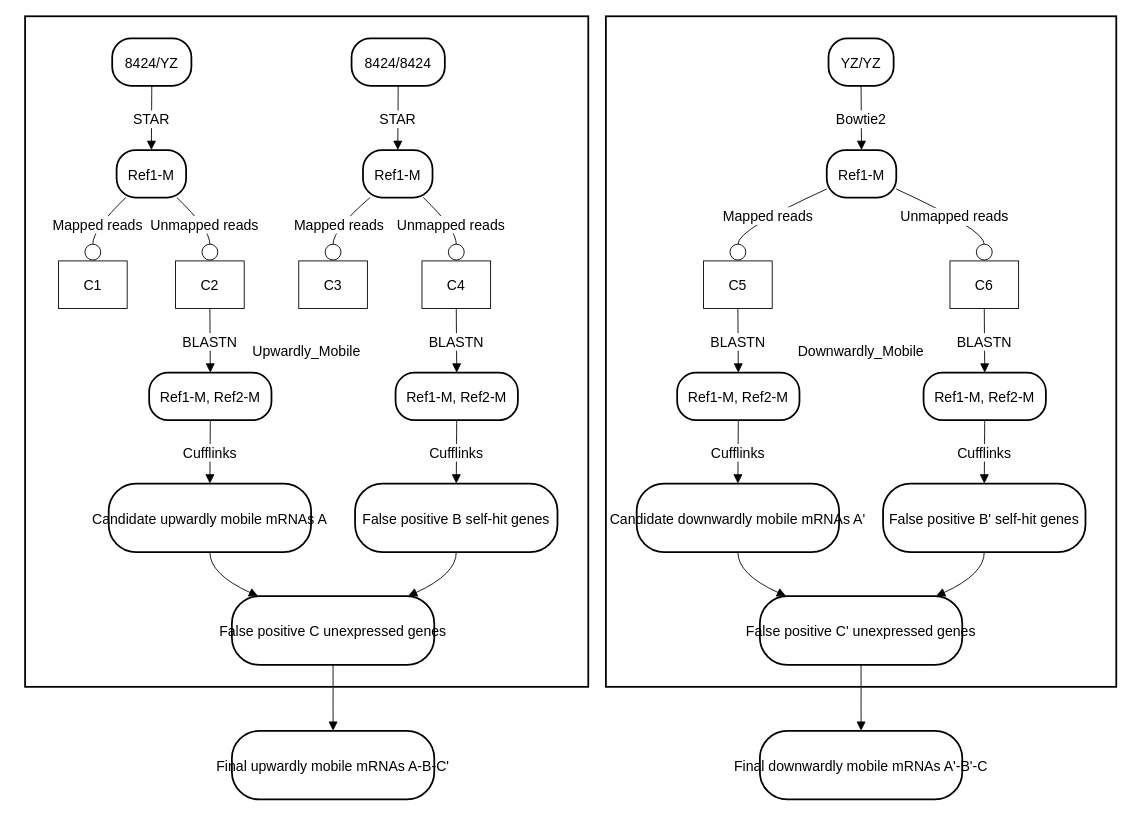
The draw.io diagram page "第 17 页" (16 of 16) of 未命名绘图.drawio in hjanime/101, before the edit. Source tidied: cells renumbered, new cells numbered last; positions are measured from the earlier drawing's top-left corner, leaving out a move shared by most shapes. Both pictures are drawn from the tidied source at 88%, with x=0, y=0 at pixel (25, 16).
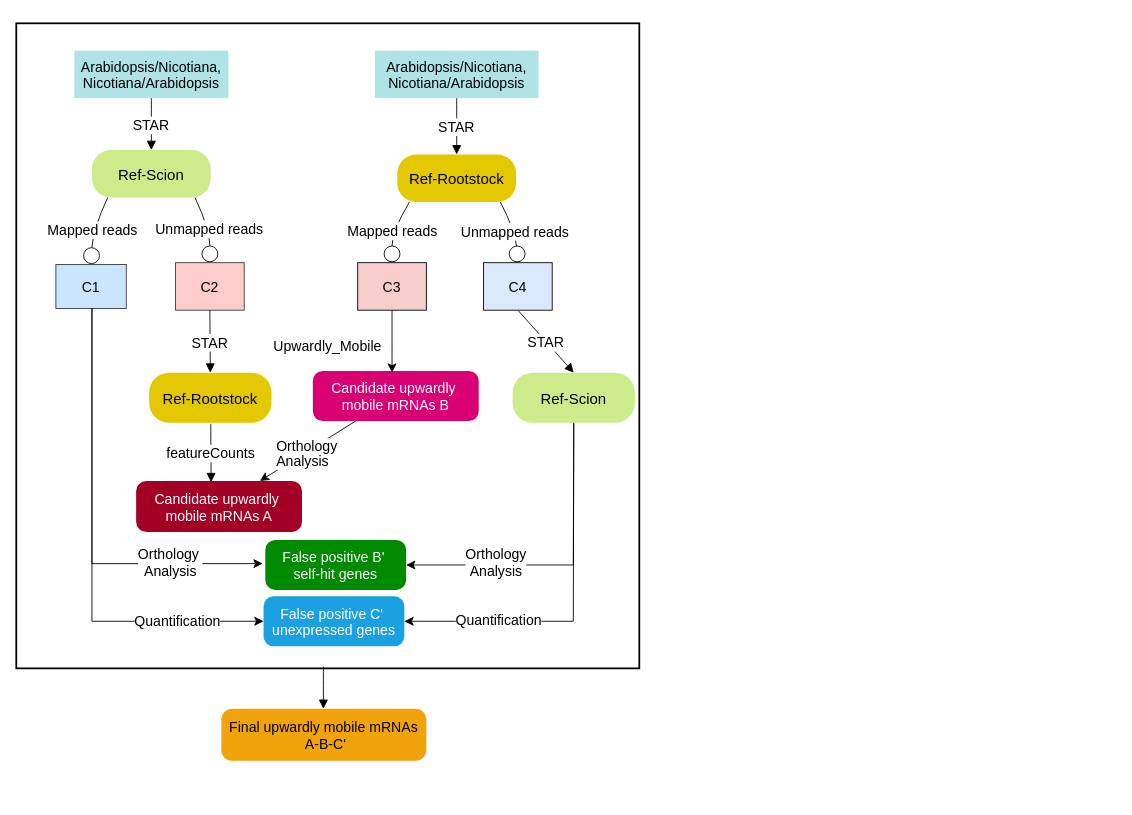
The same page after the edit.

Commit message (it also covers changes not shown here):
更新未命名绘图.drawio

What changed in the source:
```diff
@@
-    <mxCell id="2" value="Downwardly_Mobile" style="whiteSpace=wrap;strokeWidth=2;fontSize=16;" parent="1" vertex="1">
-      <mxGeometry x="660" width="580" height="762" as="geometry" />
-    </mxCell>
     <mxCell id="3" value="Upwardly_Mobile" style="whiteSpace=wrap;strokeWidth=2;fontSize=16;" parent="1" vertex="1">
-      <mxGeometry width="640" height="762" as="geometry" />
+      <mxGeometry x="-10" y="8" width="708" height="733" as="geometry" />
     </mxCell>
-    <mxCell id="4" value="8424/YZ" style="rounded=1;arcSize=40;strokeWidth=2;fontSize=16;" parent="1" vertex="1">
-      <mxGeometry x="99" y="25" width="90" height="54" as="geometry" />
+    <mxCell id="4" value="Arabidopsis/Nicotiana,&#10;Nicotiana/Arabidopsis" style="rounded=0;arcSize=40;strokeWidth=2;fontSize=16;glass=0;fillColor=#b0e3e6;strokeColor=none;" parent="1" vertex="1">
+      <mxGeometry x="56" y="39" width="175" height="54" as="geometry" />
     </mxCell>
-    <mxCell id="5" value="Ref1-M" style="rounded=1;arcSize=40;strokeWidth=2;fontSize=16;" parent="1" vertex="1">
-      <mxGeometry x="104" y="152" width="79" height="54" as="geometry" />
+    <mxCell id="5" value="Ref-Scion" style="rounded=1;arcSize=40;strokeWidth=2;fontSize=17;fillColor=#cdeb8b;strokeColor=none;" parent="1" vertex="1">
+      <mxGeometry x="76" y="152" width="135" height="54" as="geometry" />
     </mxCell>
-    <mxCell id="6" value="8424/8424" style="rounded=1;arcSize=40;strokeWidth=2;fontSize=16;" parent="1" vertex="1">
-      <mxGeometry x="371" y="25" width="106" height="54" as="geometry" />
+    <mxCell id="6" value="Arabidopsis/Nicotiana,&#10;Nicotiana/Arabidopsis" style="rounded=0;arcSize=40;strokeWidth=2;fontSize=16;fillColor=#b0e3e6;strokeColor=none;" parent="1" vertex="1">
+      <mxGeometry x="397.5" y="39" width="186" height="54" as="geometry" />
     </mxCell>
-    <mxCell id="7" value="Ref1-M" style="rounded=1;arcSize=40;strokeWidth=2;fontSize=16;" parent="1" vertex="1">
-      <mxGeometry x="384" y="152" width="79" height="54" as="geometry" />
+    <mxCell id="7" value="Ref-Rootstock" style="rounded=1;arcSize=40;strokeWidth=2;fontSize=17;fillColor=#e3c800;fontColor=#000000;strokeColor=none;" parent="1" vertex="1">
+      <mxGeometry x="423" y="157" width="135" height="54" as="geometry" />
     </mxCell>
-    <mxCell id="8" value="C1" style="fontSize=16;" parent="1" vertex="1">
-      <mxGeometry x="38" y="278" width="78" height="54" as="geometry" />
+    <mxCell id="8" value="C1" style="fontSize=16;fillColor=#cce5ff;strokeColor=#36393d;" parent="1" vertex="1">
+      <mxGeometry x="35" y="282" width="80" height="50" as="geometry" />
     </mxCell>
-    <mxCell id="9" value="C2" style="fontSize=16;" parent="1" vertex="1">
-      <mxGeometry x="171" y="278" width="78" height="54" as="geometry" />
+    <mxCell id="9" value="C2" style="fontSize=16;fillColor=#ffcccc;strokeColor=#36393d;" parent="1" vertex="1">
+      <mxGeometry x="171" y="280" width="78" height="54" as="geometry" />
     </mxCell>
+    <mxCell id="51" style="edgeStyle=none;curved=1;rounded=0;jettySize=auto;html=1;fontSize=12;startSize=8;endSize=8;" parent="1" edge="1" source="10">
+      <mxGeometry relative="1" as="geometry">
+        <mxPoint x="417" y="405" as="targetPoint" />
+      </mxGeometry>
+    </mxCell>
-    <mxCell id="10" value="C3" style="fontSize=16;" parent="1" vertex="1">
-      <mxGeometry x="311" y="278" width="78" height="54" as="geometry" />
+    <mxCell id="10" value="C3" style="fontSize=16;fillColor=#f8cecc;strokeColor=#000000;" parent="1" vertex="1">
+      <mxGeometry x="378" y="280" width="78" height="54" as="geometry" />
     </mxCell>
-    <mxCell id="11" value="C4" style="fontSize=16;" parent="1" vertex="1">
-      <mxGeometry x="451" y="278" width="78" height="54" as="geometry" />
+    <mxCell id="11" value="C4" style="fontSize=16;fillColor=#dae8fc;strokeColor=#000000;" parent="1" vertex="1">
+      <mxGeometry x="521" y="280" width="78" height="54" as="geometry" />
     </mxCell>
-    <mxCell id="12" value="Ref1-M, Ref2-M" style="rounded=1;arcSize=40;strokeWidth=2;fontSize=16;" parent="1" vertex="1">
-      <mxGeometry x="141" y="405" width="139" height="54" as="geometry" />
+    <mxCell id="12" value="Ref-Rootstock" style="rounded=1;arcSize=40;strokeWidth=2;fontSize=17;fillColor=#e3c800;fontColor=#000000;strokeColor=none;" parent="1" vertex="1">
+      <mxGeometry x="141" y="405" width="139" height="57" as="geometry" />
     </mxCell>
-    <mxCell id="13" value="Ref1-M, Ref2-M" style="rounded=1;arcSize=40;strokeWidth=2;fontSize=16;" parent="1" vertex="1">
-      <mxGeometry x="421" y="405" width="139" height="54" as="geometry" />
+    <mxCell id="13" value="Ref-Scion" style="rounded=1;arcSize=40;strokeWidth=2;fontSize=17;fillColor=#cdeb8b;strokeColor=none;" parent="1" vertex="1">
+      <mxGeometry x="554" y="405" width="139" height="57" as="geometry" />
     </mxCell>
+    <mxCell id="52" style="edgeStyle=none;curved=1;rounded=0;jettySize=auto;html=1;fontSize=12;startSize=8;endSize=8;" parent="1" edge="1" source="14" target="54">
+      <mxGeometry relative="1" as="geometry" />
+    </mxCell>
+    <mxCell id="53" value="&lt;p class=&quot;p1&quot; style=&quot;margin: 0px; font-variant-numeric: normal; font-variant-east-asian: normal; font-variant-alternates: normal; font-size-adjust: none; font-kerning: auto; font-optical-sizing: auto; font-feature-settings: normal; font-variation-settings: normal; font-variant-position: normal; font-variant-emoji: normal; font-stretch: normal; line-height: normal; text-align: start; text-wrap-mode: wrap;&quot;&gt;&lt;span&gt;Orthology Analysis&lt;/span&gt;&lt;/p&gt;" style="edgeLabel;html=1;align=center;verticalAlign=middle;fontSize=16;fontFamily=Helvetica;fontStyle=0;" parent="52" vertex="1">
+      <mxGeometry x="0.05" y="1" relative="1" as="geometry" />
+    </mxCell>
-    <mxCell id="14" value="Candidate upwardly mobile mRNAs A" style="rounded=1;arcSize=40;strokeWidth=2;fontSize=16;" parent="1" vertex="1">
-      <mxGeometry x="95" y="531" width="230" height="78" as="geometry" />
+    <mxCell id="14" value="Candidate upwardly &#10;mobile mRNAs B" style="rounded=1;arcSize=20;strokeWidth=2;fontSize=16;fillColor=#d80073;strokeColor=none;fontColor=#ffffff;" parent="1" vertex="1">
+      <mxGeometry x="327" y="403" width="188.5" height="57" as="geometry" />
     </mxCell>
-    <mxCell id="15" value="False positive B self-hit genes" style="rounded=1;arcSize=40;strokeWidth=2;fontSize=16;" parent="1" vertex="1">
-      <mxGeometry x="375" y="531" width="230" height="78" as="geometry" />
-    </mxCell>
-    <mxCell id="16" value="False positive C unexpressed genes" style="rounded=1;arcSize=40;strokeWidth=2;fontSize=16;" parent="1" vertex="1">
-      <mxGeometry x="235" y="659" width="230" height="78" as="geometry" />
-    </mxCell>
-    <mxCell id="17" value="YZ/YZ" style="rounded=1;arcSize=40;strokeWidth=2;fontSize=16;" parent="1" vertex="1">
-      <mxGeometry x="913" y="25" width="74" height="54" as="geometry" />
-    </mxCell>
-    <mxCell id="18" value="Ref1-M" style="rounded=1;arcSize=40;strokeWidth=2;fontSize=16;" parent="1" vertex="1">
-      <mxGeometry x="911" y="152" width="79" height="54" as="geometry" />
-    </mxCell>
-    <mxCell id="19" value="C5" style="fontSize=16;" parent="1" vertex="1">
-      <mxGeometry x="771" y="278" width="78" height="54" as="geometry" />
-    </mxCell>
-    <mxCell id="20" value="C6" style="fontSize=16;" parent="1" vertex="1">
-      <mxGeometry x="1051" y="278" width="78" height="54" as="geometry" />
-    </mxCell>
-    <mxCell id="21" value="Ref1-M, Ref2-M" style="rounded=1;arcSize=40;strokeWidth=2;fontSize=16;" parent="1" vertex="1">
-      <mxGeometry x="741" y="405" width="139" height="54" as="geometry" />
-    </mxCell>
-    <mxCell id="22" value="Ref1-M, Ref2-M" style="rounded=1;arcSize=40;strokeWidth=2;fontSize=16;" parent="1" vertex="1">
-      <mxGeometry x="1021" y="405" width="139" height="54" as="geometry" />
-    </mxCell>
-    <mxCell id="23" value="Candidate downwardly mobile mRNAs A'" style="rounded=1;arcSize=40;strokeWidth=2;fontSize=16;" parent="1" vertex="1">
-      <mxGeometry x="695" y="531" width="230" height="78" as="geometry" />
-    </mxCell>
-    <mxCell id="24" value="False positive B' self-hit genes" style="rounded=1;arcSize=40;strokeWidth=2;fontSize=16;" parent="1" vertex="1">
-      <mxGeometry x="975" y="531" width="230" height="78" as="geometry" />
-    </mxCell>
-    <mxCell id="25" value="False positive C' unexpressed genes" style="rounded=1;arcSize=40;strokeWidth=2;fontSize=16;" parent="1" vertex="1">
-      <mxGeometry x="835" y="659" width="230" height="78" as="geometry" />
-    </mxCell>
-    <mxCell id="26" value="Final upwardly mobile mRNAs A-B-C'" style="rounded=1;arcSize=40;strokeWidth=2;fontSize=16;" parent="1" vertex="1">
-      <mxGeometry x="235" y="812" width="230" height="78" as="geometry" />
+    <mxCell id="26" value="Final upwardly mobile mRNAs&#10; A-B-C'" style="rounded=1;arcSize=20;strokeWidth=2;fontSize=16;align=center;verticalAlign=middle;fontFamily=Helvetica;fontColor=#000000;fillColor=#f0a30a;strokeColor=none;" parent="1" vertex="1">
+      <mxGeometry x="223" y="787" width="233" height="59" as="geometry" />
     </mxCell>
-    <mxCell id="27" value="Final downwardly mobile mRNAs A'-B'-C" style="rounded=1;arcSize=40;strokeWidth=2;fontSize=16;" parent="1" vertex="1">
-      <mxGeometry x="835" y="812" width="230" height="78" as="geometry" />
-    </mxCell>
@@
     <mxCell id="32" value="Mapped reads" style="curved=1;startArrow=none;endArrow=circle;endFill=0;exitX=0.11;exitY=0.99;entryX=0.5;entryY=0;rounded=0;fontSize=16;startSize=8;endSize=8;" parent="1" edge="1" source="7" target="10">
       <mxGeometry relative="1" as="geometry">
         <Array as="points">
-          <mxPoint x="350" y="242" />
+          <mxPoint x="417" y="244" />
         </Array>
       </mxGeometry>
     </mxCell>
     <mxCell id="33" value="Unmapped reads" style="curved=1;startArrow=none;endArrow=circle;endFill=0;exitX=0.86;exitY=0.99;entryX=0.5;entryY=0;rounded=0;fontSize=16;startSize=8;endSize=8;" parent="1" edge="1" source="7" target="11">
       <mxGeometry relative="1" as="geometry">
         <Array as="points">
-          <mxPoint x="490" y="242" />
+          <mxPoint x="557" y="244" />
         </Array>
       </mxGeometry>
     </mxCell>
-    <mxCell id="34" value="BLASTN" style="curved=1;startArrow=none;endArrow=block;exitX=0.5;exitY=1;entryX=0.5;entryY=-0.01;rounded=0;fontSize=16;startSize=8;endSize=8;" parent="1" edge="1" source="9" target="12">
+    <mxCell id="34" value="STAR" style="curved=1;startArrow=none;endArrow=block;exitX=0.5;exitY=1;entryX=0.5;entryY=-0.01;rounded=0;fontSize=16;startSize=8;endSize=8;" parent="1" edge="1" source="9" target="12">
       <mxGeometry relative="1" as="geometry" />
     </mxCell>
-    <mxCell id="35" value="BLASTN" style="curved=1;startArrow=none;endArrow=block;exitX=0.5;exitY=1;entryX=0.5;entryY=-0.01;rounded=0;fontSize=16;startSize=8;endSize=8;" parent="1" edge="1" source="11" target="13">
+    <mxCell id="35" value="STAR" style="curved=1;startArrow=none;endArrow=block;exitX=0.5;exitY=1;entryX=0.5;entryY=-0.01;rounded=0;fontSize=16;startSize=8;endSize=8;" parent="1" edge="1" source="11" target="13">
       <mxGeometry relative="1" as="geometry" />
     </mxCell>
-    <mxCell id="36" value="Cufflinks" style="curved=1;startArrow=none;endArrow=block;exitX=0.5;exitY=0.99;entryX=0.5;entryY=0;rounded=0;fontSize=16;startSize=8;endSize=8;" parent="1" edge="1" source="12" target="14">
-      <mxGeometry relative="1" as="geometry" />
+    <mxCell id="36" value="featureCounts" style="curved=1;startArrow=none;endArrow=block;rounded=0;fontSize=16;startSize=8;endSize=8;entryX=0.452;entryY=0.026;entryDx=0;entryDy=0;entryPerimeter=0;" parent="1" edge="1" target="54">
+      <mxGeometry relative="1" as="geometry">
+        <mxPoint x="211" y="463" as="sourcePoint" />
+      </mxGeometry>
     </mxCell>
-    <mxCell id="37" value="Cufflinks" style="curved=1;startArrow=none;endArrow=block;exitX=0.5;exitY=0.99;entryX=0.5;entryY=0;rounded=0;fontSize=16;startSize=8;endSize=8;" parent="1" edge="1" source="13" target="15">
-      <mxGeometry relative="1" as="geometry" />
-    </mxCell>
-    <mxCell id="38" style="curved=1;startArrow=none;endArrow=block;exitX=0.5;exitY=1;entryX=0.13;entryY=0;rounded=0;fontSize=16;startSize=8;endSize=8;" parent="1" edge="1" source="14" target="16">
-      <mxGeometry relative="1" as="geometry">
-        <Array as="points">
-          <mxPoint x="210" y="634" />
-        </Array>
-      </mxGeometry>
-    </mxCell>
-    <mxCell id="39" style="curved=1;startArrow=none;endArrow=block;exitX=0.5;exitY=1;entryX=0.87;entryY=0;rounded=0;fontSize=16;startSize=8;endSize=8;" parent="1" edge="1" source="15" target="16">
-      <mxGeometry relative="1" as="geometry">
-        <Array as="points">
-          <mxPoint x="490" y="634" />
-        </Array>
-      </mxGeometry>
-    </mxCell>
-    <mxCell id="40" value="Bowtie2" style="curved=1;startArrow=none;endArrow=block;exitX=0.5;exitY=1;entryX=0.5;entryY=-0.01;rounded=0;fontSize=16;startSize=8;endSize=8;" parent="1" edge="1" source="17" target="18">
-      <mxGeometry relative="1" as="geometry" />
-    </mxCell>
-    <mxCell id="41" value="Mapped reads" style="curved=1;startArrow=none;endArrow=circle;endFill=0;exitX=0;exitY=0.82;entryX=0.5;entryY=0;rounded=0;fontSize=16;startSize=8;endSize=8;" parent="1" edge="1" source="18" target="19">
-      <mxGeometry relative="1" as="geometry">
-        <Array as="points">
-          <mxPoint x="810" y="242" />
-        </Array>
-      </mxGeometry>
-    </mxCell>
-    <mxCell id="42" value="Unmapped reads" style="curved=1;startArrow=none;endArrow=circle;endFill=0;exitX=1;exitY=0.82;entryX=0.5;entryY=0;rounded=0;fontSize=16;startSize=8;endSize=8;" parent="1" edge="1" source="18" target="20">
-      <mxGeometry relative="1" as="geometry">
-        <Array as="points">
-          <mxPoint x="1090" y="242" />
-        </Array>
-      </mxGeometry>
-    </mxCell>
-    <mxCell id="43" value="BLASTN" style="curved=1;startArrow=none;endArrow=block;exitX=0.5;exitY=1;entryX=0.5;entryY=-0.01;rounded=0;fontSize=16;startSize=8;endSize=8;" parent="1" edge="1" source="19" target="21">
-      <mxGeometry relative="1" as="geometry" />
-    </mxCell>
-    <mxCell id="44" value="BLASTN" style="curved=1;startArrow=none;endArrow=block;exitX=0.5;exitY=1;entryX=0.5;entryY=-0.01;rounded=0;fontSize=16;startSize=8;endSize=8;" parent="1" edge="1" source="20" target="22">
-      <mxGeometry relative="1" as="geometry" />
-    </mxCell>
-    <mxCell id="45" value="Cufflinks" style="curved=1;startArrow=none;endArrow=block;exitX=0.5;exitY=0.99;entryX=0.5;entryY=0;rounded=0;fontSize=16;startSize=8;endSize=8;" parent="1" edge="1" source="21" target="23">
-      <mxGeometry relative="1" as="geometry" />
-    </mxCell>
-    <mxCell id="46" value="Cufflinks" style="curved=1;startArrow=none;endArrow=block;exitX=0.5;exitY=0.99;entryX=0.5;entryY=0;rounded=0;fontSize=16;startSize=8;endSize=8;" parent="1" edge="1" source="22" target="24">
-      <mxGeometry relative="1" as="geometry" />
-    </mxCell>
-    <mxCell id="47" style="curved=1;startArrow=none;endArrow=block;exitX=0.5;exitY=1;entryX=0.13;entryY=0;rounded=0;fontSize=16;startSize=8;endSize=8;" parent="1" edge="1" source="23" target="25">
-      <mxGeometry relative="1" as="geometry">
-        <Array as="points">
-          <mxPoint x="810" y="634" />
-        </Array>
-      </mxGeometry>
-    </mxCell>
-    <mxCell id="48" style="curved=1;startArrow=none;endArrow=block;exitX=0.5;exitY=1;entryX=0.87;entryY=0;rounded=0;fontSize=16;startSize=8;endSize=8;" parent="1" edge="1" source="24" target="25">
-      <mxGeometry relative="1" as="geometry">
-        <Array as="points">
-          <mxPoint x="1090" y="634" />
-        </Array>
-      </mxGeometry>
-    </mxCell>
-    <mxCell id="49" style="curved=1;startArrow=none;endArrow=block;exitX=0.5;exitY=1;entryX=0.5;entryY=0;rounded=0;fontSize=16;startSize=8;endSize=8;" parent="1" edge="1" source="16" target="26">
-      <mxGeometry relative="1" as="geometry" />
+    <mxCell id="49" style="curved=1;startArrow=none;endArrow=block;rounded=0;fontSize=16;startSize=8;endSize=8;exitX=0.5;exitY=1;exitDx=0;exitDy=0;" parent="1" edge="1">
+      <mxGeometry relative="1" as="geometry">
+        <mxPoint x="339" y="739" as="sourcePoint" />
+        <mxPoint x="339" y="787" as="targetPoint" />
+      </mxGeometry>
     </mxCell>
-    <mxCell id="50" style="curved=1;startArrow=none;endArrow=block;exitX=0.5;exitY=1;entryX=0.5;entryY=0;rounded=0;fontSize=16;startSize=8;endSize=8;" parent="1" edge="1" source="25" target="27">
-      <mxGeometry relative="1" as="geometry" />
-    </mxCell>
+    <mxCell id="54" value="Candidate upwardly &#10;mobile mRNAs A" style="rounded=1;arcSize=20;strokeWidth=2;fontSize=16;fillColor=#a20025;strokeColor=none;fontColor=#ffffff;" parent="1" vertex="1">
+      <mxGeometry x="126.2" y="528" width="188.5" height="58" as="geometry" />
+    </mxCell>
+    <mxCell id="55" style="edgeStyle=elbowEdgeStyle;elbow=horizontal;endArrow=classic;html=1;curved=0;rounded=0;endSize=8;startSize=8;fontSize=12;" parent="1" edge="1">
+      <mxGeometry relative="1" as="geometry">
+        <mxPoint x="76" y="332" as="sourcePoint" />
+        <mxPoint x="270" y="622" as="targetPoint" />
+        <Array as="points">
+          <mxPoint x="76" y="524" />
+        </Array>
+      </mxGeometry>
+    </mxCell>
+    <mxCell id="56" value="&lt;span style=&quot;font-size: 16px; text-align: start; text-wrap-mode: wrap;&quot;&gt;Orthology&amp;nbsp;&lt;/span&gt;&lt;div&gt;&lt;span style=&quot;font-size: 16px; text-align: start; text-wrap-mode: wrap; background-color: light-dark(#ffffff, var(--ge-dark-color, #121212)); color: light-dark(rgb(0, 0, 0), rgb(255, 255, 255));&quot;&gt;Analysis&lt;/span&gt;&lt;/div&gt;" style="edgeLabel;html=1;align=center;verticalAlign=middle;fontSize=12;" parent="55" vertex="1">
+      <mxGeometry x="0.53" relative="1" as="geometry">
+        <mxPoint x="8" y="-2" as="offset" />
+      </mxGeometry>
+    </mxCell>
+    <mxCell id="57" style="edgeStyle=elbowEdgeStyle;elbow=horizontal;endArrow=classic;html=1;curved=0;rounded=0;endSize=8;startSize=8;fontSize=12;exitX=0.5;exitY=1;exitDx=0;exitDy=0;entryX=0;entryY=0.5;entryDx=0;entryDy=0;" parent="1" edge="1" target="25">
+      <mxGeometry relative="1" as="geometry">
+        <mxPoint x="76" y="332" as="sourcePoint" />
+        <Array as="points">
+          <mxPoint x="76" y="517" />
+        </Array>
+      </mxGeometry>
+    </mxCell>
+    <mxCell id="58" value="&lt;p style=&quot;margin: 0px; font-variant-numeric: normal; font-variant-east-asian: normal; font-variant-alternates: normal; font-size-adjust: none; font-kerning: auto; font-optical-sizing: auto; font-feature-settings: normal; font-variation-settings: normal; font-variant-position: normal; font-variant-emoji: normal; font-stretch: normal; line-height: normal; text-align: start; text-wrap-mode: wrap;&quot; class=&quot;p1&quot;&gt;&lt;span&gt;Q&lt;/span&gt;&lt;span style=&quot;background-color: light-dark(#ffffff, var(--ge-dark-color, #121212)); color: light-dark(rgb(0, 0, 0), rgb(255, 255, 255));&quot;&gt;uantification&lt;/span&gt;&lt;/p&gt;" style="edgeLabel;html=1;align=center;verticalAlign=middle;fontSize=16;fontStyle=0;fontFamily=Helvetica;" parent="57" vertex="1">
+      <mxGeometry x="0.54" y="4" relative="1" as="geometry">
+        <mxPoint x="28" y="3" as="offset" />
+      </mxGeometry>
+    </mxCell>
+    <mxCell id="59" style="edgeStyle=elbowEdgeStyle;elbow=horizontal;endArrow=classic;html=1;curved=0;rounded=0;endSize=8;startSize=8;fontSize=12;exitX=0.5;exitY=1;exitDx=0;exitDy=0;entryX=1;entryY=0.5;entryDx=0;entryDy=0;" parent="1" edge="1" source="13" target="24">
+      <mxGeometry relative="1" as="geometry">
+        <Array as="points">
+          <mxPoint x="623" y="574" />
+        </Array>
+      </mxGeometry>
+    </mxCell>
+    <mxCell id="60" value="&lt;span style=&quot;font-size: 16px; text-align: start; text-wrap-mode: wrap;&quot;&gt;Orthology Analysis&lt;/span&gt;" style="edgeLabel;html=1;align=center;verticalAlign=middle;fontSize=12;" parent="59" vertex="1">
+      <mxGeometry x="0.2" y="-2" relative="1" as="geometry">
+        <mxPoint x="-40" y="-1" as="offset" />
+      </mxGeometry>
+    </mxCell>
+    <mxCell id="61" style="edgeStyle=elbowEdgeStyle;elbow=horizontal;endArrow=classic;html=1;curved=0;rounded=0;endSize=8;startSize=8;fontSize=12;exitX=0.5;exitY=1;exitDx=0;exitDy=0;entryX=1;entryY=0.5;entryDx=0;entryDy=0;" parent="1" edge="1" target="25">
+      <mxGeometry relative="1" as="geometry">
+        <mxPoint x="623.5" y="462" as="sourcePoint" />
+        <Array as="points">
+          <mxPoint x="623" y="728" />
+        </Array>
+      </mxGeometry>
+    </mxCell>
+    <mxCell id="62" value="&lt;span style=&quot;font-size: 16px; text-align: start; text-wrap-mode: wrap;&quot;&gt;Q&lt;/span&gt;&lt;span style=&quot;color: light-dark(rgb(0, 0, 0), rgb(255, 255, 255)); font-size: 16px; text-align: start; text-wrap-mode: wrap; background-color: light-dark(#ffffff, var(--ge-dark-color, #121212));&quot;&gt;uantification&lt;/span&gt;" style="edgeLabel;html=1;align=center;verticalAlign=middle;fontSize=12;" parent="61" vertex="1">
+      <mxGeometry x="0.45" y="1" relative="1" as="geometry">
+        <mxPoint x="-9" y="-3" as="offset" />
+      </mxGeometry>
+    </mxCell>
+    <mxCell id="25" value="False positive C' &#10;unexpressed genes" style="rounded=1;arcSize=20;strokeWidth=2;fontSize=16;fillColor=#1ba1e2;strokeColor=none;fontColor=#ffffff;" parent="1" vertex="1">
+      <mxGeometry x="271" y="659" width="160" height="57" as="geometry" />
+    </mxCell>
+    <mxCell id="24" value="False positive B' &#10;self-hit genes" style="rounded=1;arcSize=20;strokeWidth=2;fontSize=16;fillColor=#008a00;strokeColor=none;fontColor=#ffffff;" parent="1" vertex="1">
+      <mxGeometry x="273" y="595" width="160" height="57" as="geometry" />
+    </mxCell>
```
